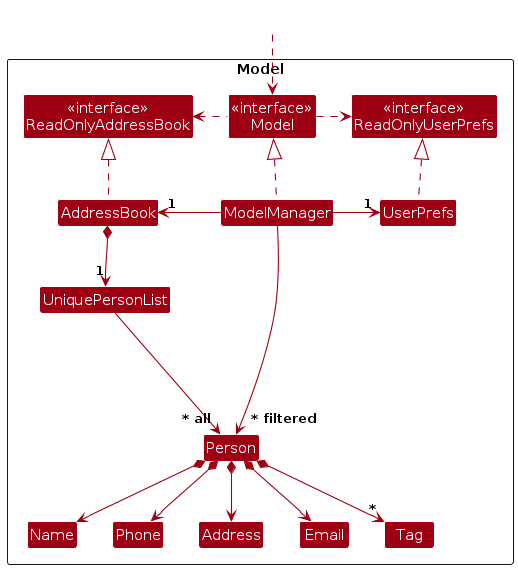
This is diagrams/ModelClassDiagram.png from AY2627S1-CS2103T-T14-4/tp, a PlantUML export, as it was before one commit. Its source is kept beside it as diagrams/ModelClassDiagram.puml. Source of this version:
```plantuml
@startuml
!include style.puml
skinparam arrowThickness 1.1
skinparam arrowColor MODEL_COLOR
skinparam classBackgroundColor MODEL_COLOR

Package Model as ModelPackage <<Rectangle>>{
Class "<<interface>>\nReadOnlyAddressBook" as ReadOnlyAddressBook
Class "<<interface>>\nReadOnlyUserPrefs" as ReadOnlyUserPrefs
Class "<<interface>>\nModel" as Model
Class AddressBook
Class ModelManager
Class UserPrefs

Class UniquePersonList
Class Person
Class Address
Class Email
Class Name
Class Phone
Class Tag

Class I #FFFFFF
}

Class HiddenOutside #FFFFFF
HiddenOutside ..> Model

AddressBook .up.|> ReadOnlyAddressBook

ModelManager .up.|> Model
Model .right.> ReadOnlyUserPrefs
Model .left.> ReadOnlyAddressBook
ModelManager -left-> "1" AddressBook
ModelManager -right-> "1" UserPrefs
UserPrefs .up.|> ReadOnlyUserPrefs

AddressBook *--> "1" UniquePersonList
UniquePersonList --> "~* all" Person
Person *--> Name
Person *--> Phone
Person *--> Email
Person *--> Address
Person *--> "*" Tag

Person -[hidden]up--> I
UniquePersonList -[hidden]right-> I

Name -[hidden]right-> Phone
Phone -[hidden]right-> Address
Address -[hidden]right-> Email

ModelManager --> "~* filtered" Person
@enduml
```
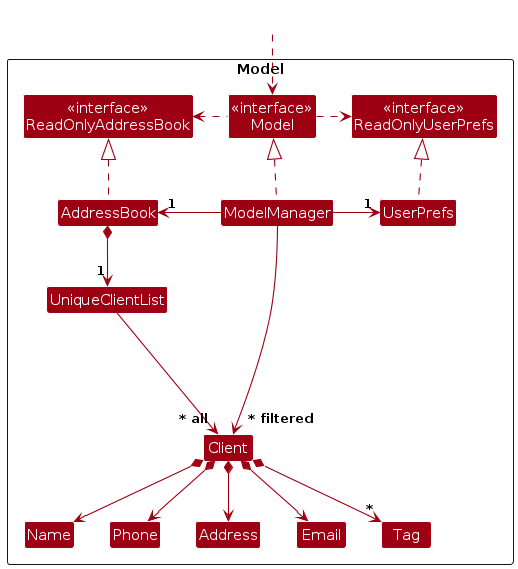
The same file after the commit.

The edit, as a diff of the source:
```diff
@@ -12,8 +12,8 @@
 Class ModelManager
 Class UserPrefs
 
-Class UniquePersonList
-Class Person
+Class UniqueClientList
+Class Client
 Class Address
 Class Email
 Class Name
@@ -35,20 +35,20 @@
 ModelManager -right-> "1" UserPrefs
 UserPrefs .up.|> ReadOnlyUserPrefs
 
-AddressBook *--> "1" UniquePersonList
-UniquePersonList --> "~* all" Person
-Person *--> Name
-Person *--> Phone
-Person *--> Email
-Person *--> Address
-Person *--> "*" Tag
+AddressBook *--> "1" UniqueClientList
+UniqueClientList --> "~* all" Client
+Client *--> Name
+Client *--> Phone
+Client *--> Email
+Client *--> Address
+Client *--> "*" Tag
 
-Person -[hidden]up--> I
-UniquePersonList -[hidden]right-> I
+Client -[hidden]up--> I
+UniqueClientList -[hidden]right-> I
 
 Name -[hidden]right-> Phone
 Phone -[hidden]right-> Address
 Address -[hidden]right-> Email
 
-ModelManager --> "~* filtered" Person
+ModelManager --> "~* filtered" Client
 @enduml
```
